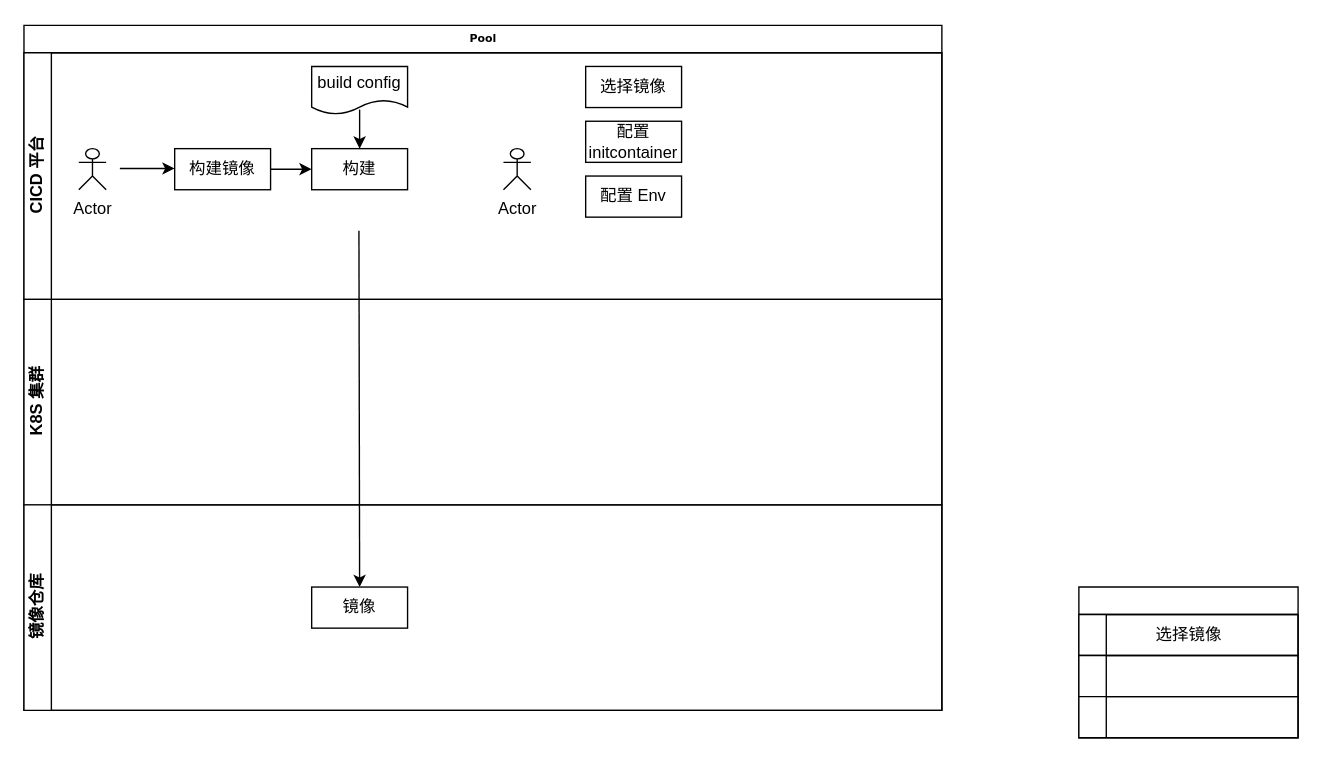
Above: CICD平台 Java.drawio in zzzskd/pictureandor (draw.io), before the change. Source tidied: cells renumbered, new cells numbered last; positions are measured from the earlier drawing's top-left corner, leaving out a move shared by most shapes. Both pictures are drawn from the tidied source at 137%, with x=0, y=0 at pixel (23, 25).
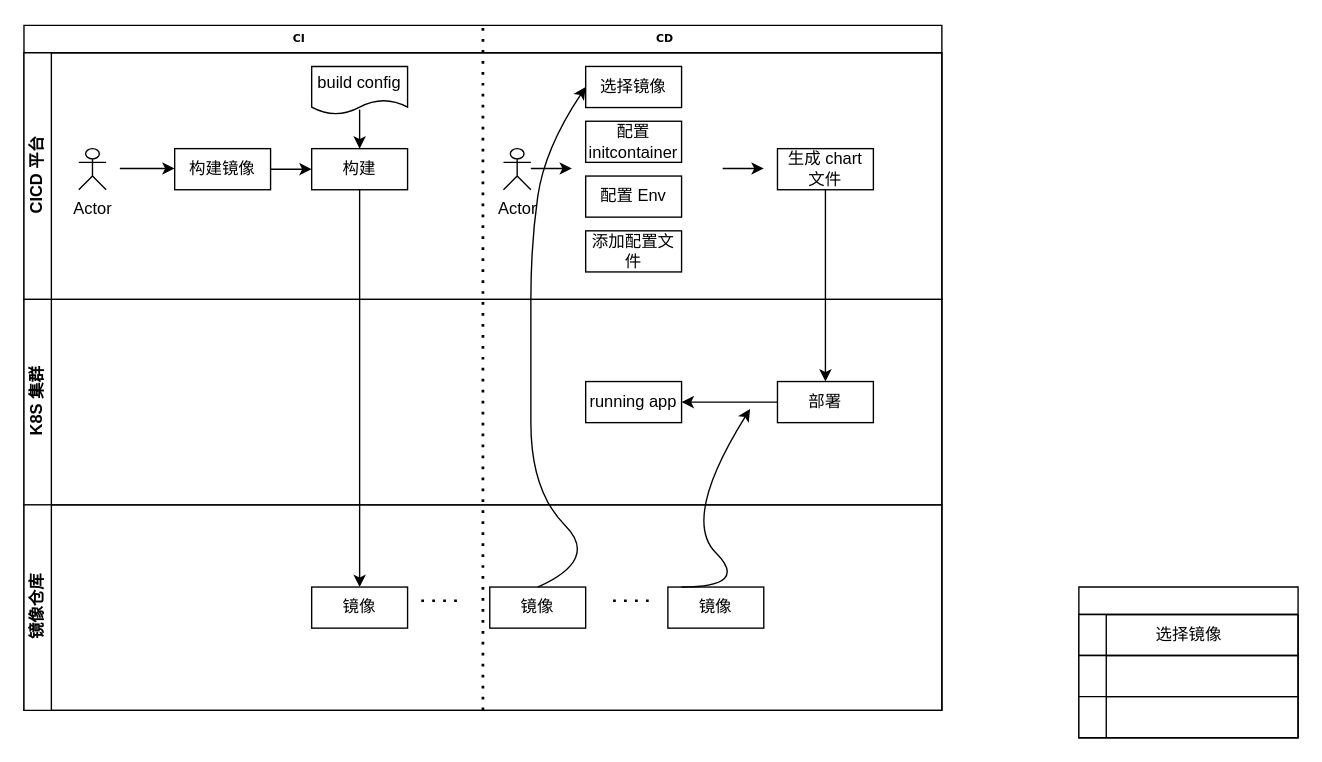
Above is the later version.

The change refers to these unchanged cells:
```xml
<mxCell id="3" value="CICD 平台" style="swimlane;html=1;startSize=20;horizontal=0;" parent="2" vertex="1">
  <mxGeometry y="20" width="670" height="180" as="geometry" />
</mxCell>
<mxCell id="9" value="构建" style="rounded=0;whiteSpace=wrap;html=1;" parent="3" vertex="1">
  <mxGeometry x="210" y="70" width="70" height="30" as="geometry" />
</mxCell>
<mxCell id="12" value="选择镜像" style="rounded=0;whiteSpace=wrap;html=1;" parent="3" vertex="1">
  <mxGeometry x="410" y="10" width="70" height="30" as="geometry" />
</mxCell>
<mxCell id="15" value="K8S 集群" style="swimlane;html=1;startSize=20;horizontal=0;" parent="2" vertex="1">
  <mxGeometry y="200" width="670" height="150" as="geometry" />
</mxCell>
<mxCell id="17" value="镜像仓库" style="swimlane;html=1;startSize=20;horizontal=0;" parent="2" vertex="1">
  <mxGeometry y="350" width="670" height="150" as="geometry" />
</mxCell>
```

What changed in the source:
```diff
@@
-    <mxCell id="2" value="Pool" style="swimlane;html=1;horizontal=1;startSize=20;rounded=0;shadow=0;labelBackgroundColor=none;strokeWidth=1;fontFamily=Verdana;fontSize=8;align=center;" parent="1" vertex="1">
+    <mxCell id="2" value="CI&amp;nbsp; &amp;nbsp; &amp;nbsp; &amp;nbsp; &amp;nbsp; &amp;nbsp; &amp;nbsp; &amp;nbsp; &amp;nbsp; &amp;nbsp; &amp;nbsp; &amp;nbsp; &amp;nbsp; &amp;nbsp; &amp;nbsp; &amp;nbsp; &amp;nbsp; &amp;nbsp; &amp;nbsp; &amp;nbsp; &amp;nbsp; &amp;nbsp; &amp;nbsp; &amp;nbsp; &amp;nbsp; &amp;nbsp; &amp;nbsp; &amp;nbsp; &amp;nbsp; &amp;nbsp; &amp;nbsp; &amp;nbsp; &amp;nbsp; &amp;nbsp; &amp;nbsp; &amp;nbsp; &amp;nbsp; &amp;nbsp; &amp;nbsp; &amp;nbsp; &amp;nbsp; &amp;nbsp; &amp;nbsp; &amp;nbsp; &amp;nbsp; &amp;nbsp; CD" style="swimlane;html=1;horizontal=1;startSize=20;rounded=0;shadow=0;labelBackgroundColor=none;strokeWidth=1;fontFamily=Verdana;fontSize=8;align=center;" parent="1" vertex="1">
       <mxGeometry width="670" height="500" as="geometry" />
     </mxCell>
@@
+    <mxCell id="24" value="添加配置文件" style="rounded=0;whiteSpace=wrap;html=1;" parent="3" vertex="1">
+      <mxGeometry x="410" y="130" width="70" height="30" as="geometry" />
+    </mxCell>
+    <mxCell id="25" style="endArrow=classic;html=1;rounded=0;" parent="3" edge="1">
+      <mxGeometry relative="1" as="geometry">
+        <mxPoint x="370" y="84.5" as="sourcePoint" />
+        <mxPoint x="400" y="84.5" as="targetPoint" />
+      </mxGeometry>
+    </mxCell>
+    <mxCell id="26" style="endArrow=classic;html=1;rounded=0;" parent="3" edge="1">
+      <mxGeometry relative="1" as="geometry">
+        <mxPoint x="510" y="84.5" as="sourcePoint" />
+        <mxPoint x="540" y="84.5" as="targetPoint" />
+      </mxGeometry>
+    </mxCell>
+    <mxCell id="27" value="生成 chart 文件" style="rounded=0;whiteSpace=wrap;html=1;" parent="3" vertex="1">
+      <mxGeometry x="550" y="70" width="70" height="30" as="geometry" />
+    </mxCell>
@@
-    <mxCell id="16" style="endArrow=classic;html=1;rounded=0;" parent="15" edge="1">
+    <mxCell id="16" style="endArrow=classic;html=1;rounded=0;exitX=0.5;exitY=1;exitDx=0;exitDy=0;" parent="15" edge="1" source="9">
       <mxGeometry relative="1" as="geometry">
-        <mxPoint x="244.5" y="-50" as="sourcePoint" />
         <mxPoint x="245" y="210" as="targetPoint" />
       </mxGeometry>
     </mxCell>
+    <mxCell id="28" value="部署" style="rounded=0;whiteSpace=wrap;html=1;" parent="15" vertex="1">
+      <mxGeometry x="550" y="60" width="70" height="30" as="geometry" />
+    </mxCell>
+    <mxCell id="29" value="running app" style="rounded=0;whiteSpace=wrap;html=1;" parent="15" vertex="1">
+      <mxGeometry x="410" y="60" width="70" height="30" as="geometry" />
+    </mxCell>
+    <mxCell id="30" style="endArrow=classic;html=1;rounded=0;exitX=0;exitY=0.5;exitDx=0;exitDy=0;entryX=1;entryY=0.5;entryDx=0;entryDy=0;" parent="15" edge="1" source="28" target="29">
+      <mxGeometry relative="1" as="geometry" />
+    </mxCell>
@@
+    <mxCell id="31" value="镜像" style="rounded=0;whiteSpace=wrap;html=1;" parent="17" vertex="1">
+      <mxGeometry x="340" y="60" width="70" height="30" as="geometry" />
+    </mxCell>
+    <mxCell id="32" value="镜像" style="rounded=0;whiteSpace=wrap;html=1;" parent="17" vertex="1">
+      <mxGeometry x="470" y="60" width="70" height="30" as="geometry" />
+    </mxCell>
+    <mxCell id="33" style="curved=1;endArrow=classic;html=1;" parent="17" edge="1">
+      <mxGeometry relative="1" as="geometry">
+        <mxPoint x="480" y="60" as="sourcePoint" />
+        <mxPoint x="530" y="-70" as="targetPoint" />
+        <Array as="points">
+          <mxPoint x="530" y="60" />
+          <mxPoint x="480" y="10" />
+        </Array>
+      </mxGeometry>
+    </mxCell>
+    <mxCell id="34" style="endArrow=classic;html=1;rounded=0;exitX=0.5;exitY=1;exitDx=0;exitDy=0;entryX=0.5;entryY=0;entryDx=0;entryDy=0;" parent="2" edge="1" source="27" target="28">
+      <mxGeometry relative="1" as="geometry" />
+    </mxCell>
+    <mxCell id="35" style="curved=1;endArrow=classic;html=1;exitX=0.5;exitY=0;exitDx=0;exitDy=0;entryX=0;entryY=0.5;entryDx=0;entryDy=0;" parent="2" edge="1" source="31" target="12">
+      <mxGeometry relative="1" as="geometry">
+        <Array as="points">
+          <mxPoint x="420" y="390" />
+          <mxPoint x="370" y="340" />
+          <mxPoint x="370" y="240" />
+          <mxPoint x="370" y="160" />
+          <mxPoint x="380" y="90" />
+        </Array>
+      </mxGeometry>
+    </mxCell>
+    <mxCell id="36" style="endArrow=none;dashed=1;html=1;dashPattern=1 3;strokeWidth=2;entryX=0.5;entryY=0;entryDx=0;entryDy=0;exitX=0.5;exitY=1;exitDx=0;exitDy=0;" parent="2" edge="1" source="17" target="2">
+      <mxGeometry relative="1" as="geometry" />
+    </mxCell>
@@
+    <mxCell id="37" style="endArrow=none;dashed=1;html=1;dashPattern=1 3;strokeWidth=2;rounded=0;" parent="1" edge="1">
+      <mxGeometry relative="1" as="geometry">
+        <mxPoint x="290" y="420" as="sourcePoint" />
+        <mxPoint x="320" y="420" as="targetPoint" />
+      </mxGeometry>
+    </mxCell>
+    <mxCell id="38" style="endArrow=none;dashed=1;html=1;dashPattern=1 3;strokeWidth=2;rounded=0;" parent="1" edge="1">
+      <mxGeometry relative="1" as="geometry">
+        <mxPoint x="430" y="420" as="sourcePoint" />
+        <mxPoint x="460" y="420" as="targetPoint" />
+      </mxGeometry>
+    </mxCell>
```
